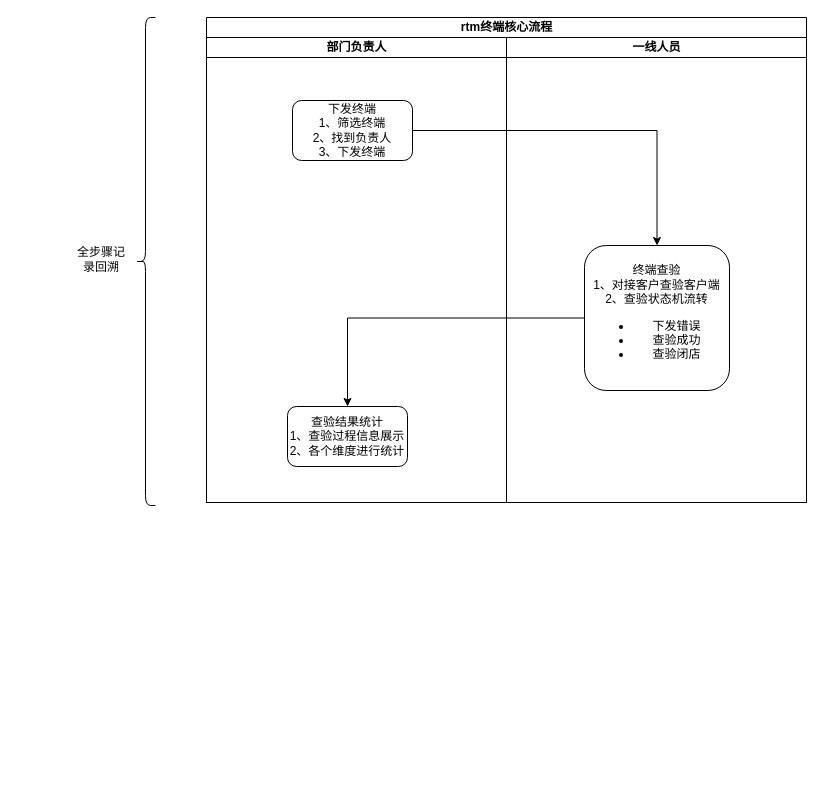
The draw.io diagram 测试.drawio in MRDJDU/draw, before the edit. Source tidied: cells renumbered, new cells numbered last; positions are measured from the earlier drawing's top-left corner, leaving out a move shared by most shapes. Both pictures are drawn from the tidied source at 100%, with x=0, y=0 at pixel (71, 17).
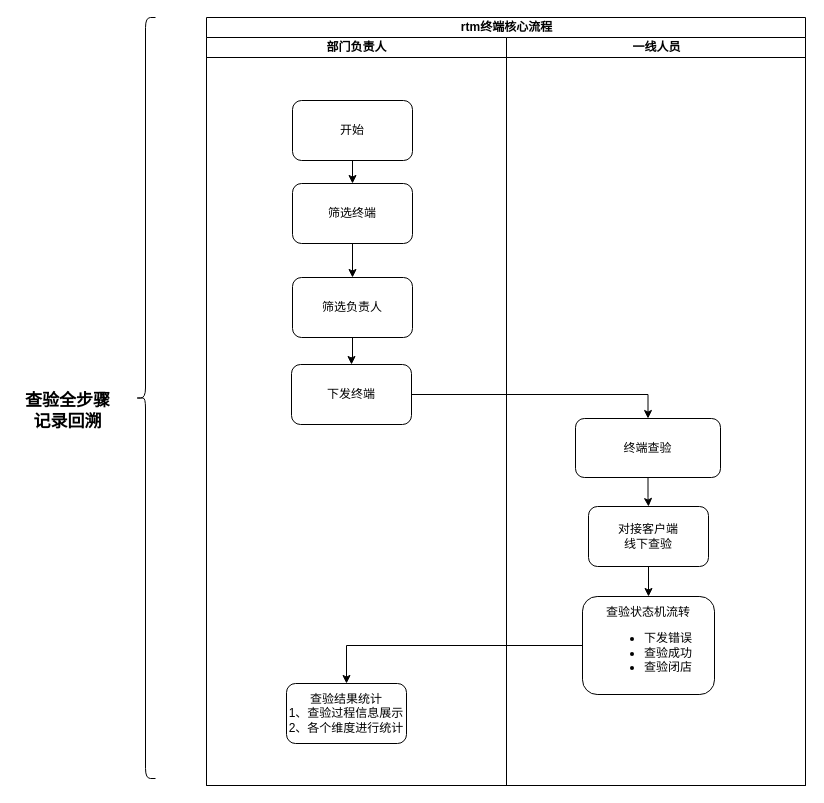
The same page after the edit.

Diff of the diagram source:
```diff
@@
     <mxCell id="2" value="rtm终端核心流程" style="swimlane;startSize=20;html=1;" parent="1" vertex="1">
-      <mxGeometry x="135" width="600" height="485" as="geometry" />
+      <mxGeometry x="135" width="599" height="768" as="geometry" />
     </mxCell>
     <mxCell id="3" value="部门负责人" style="swimlane;startSize=20;html=1;" parent="2" vertex="1">
-      <mxGeometry y="20" width="300" height="465" as="geometry" />
+      <mxGeometry y="20" width="300" height="748" as="geometry" />
     </mxCell>
+    <mxCell id="12" style="edgeStyle=orthogonalEdgeStyle;rounded=0;jettySize=auto;html=1;" parent="3" edge="1" source="4" target="14">
+      <mxGeometry relative="1" as="geometry" />
+    </mxCell>
-    <mxCell id="4" value="下发终端&lt;div&gt;1、筛选终端&lt;/div&gt;&lt;div&gt;2、找到负责人&lt;/div&gt;&lt;div&gt;3、下发终端&lt;/div&gt;" style="rounded=1;whiteSpace=wrap;html=1;points=[[0,0,0,0,0],[0,0.25,0,0,0],[0,0.5,0,0,0],[0,0.75,0,0,0],[0,1,0,0,0],[0.25,0,0,0,0],[0.25,1,0,0,0],[0.5,0,0,0,0],[0.5,1,0,0,0],[0.75,0,0,0,0],[0.75,1,0,0,0],[1,0,0,0,0],[1,0.25,0,0,0],[1,0.5,0,0,0],[1,0.75,0,0,0],[1,1,0,0,0]];" parent="3" vertex="1">
+    <mxCell id="4" value="开始" style="rounded=1;whiteSpace=wrap;html=1;points=[[0,0,0,0,0],[0,0.25,0,0,0],[0,0.5,0,0,0],[0,0.75,0,0,0],[0,1,0,0,0],[0.25,0,0,0,0],[0.25,1,0,0,0],[0.5,0,0,0,0],[0.5,1,0,0,0],[0.75,0,0,0,0],[0.75,1,0,0,0],[1,0,0,0,0],[1,0.25,0,0,0],[1,0.5,0,0,0],[1,0.75,0,0,0],[1,1,0,0,0]];" parent="3" vertex="1">
       <mxGeometry x="86" y="63" width="120" height="60" as="geometry" />
     </mxCell>
     <mxCell id="5" value="查验结果统计&lt;div&gt;1、查验过程信息展示&lt;/div&gt;&lt;div&gt;2、各个维度进行统计&lt;/div&gt;" style="rounded=1;whiteSpace=wrap;html=1;" parent="3" vertex="1">
-      <mxGeometry x="81" y="369" width="120" height="60" as="geometry" />
+      <mxGeometry x="80" y="646" width="120" height="60" as="geometry" />
     </mxCell>
+    <mxCell id="13" style="edgeStyle=orthogonalEdgeStyle;rounded=0;jettySize=auto;html=1;" parent="3" edge="1" source="14" target="16">
+      <mxGeometry relative="1" as="geometry" />
+    </mxCell>
+    <mxCell id="14" value="筛选终端" style="whiteSpace=wrap;html=1;rounded=1;" parent="3" vertex="1">
+      <mxGeometry x="86" y="146" width="120" height="60" as="geometry" />
+    </mxCell>
+    <mxCell id="15" style="edgeStyle=orthogonalEdgeStyle;rounded=0;jettySize=auto;html=1;" parent="3" edge="1" source="16" target="17">
+      <mxGeometry relative="1" as="geometry" />
+    </mxCell>
+    <mxCell id="16" value="筛选负责人" style="whiteSpace=wrap;html=1;rounded=1;" parent="3" vertex="1">
+      <mxGeometry x="86" y="240" width="120" height="60" as="geometry" />
+    </mxCell>
+    <mxCell id="17" value="下发终端" style="whiteSpace=wrap;html=1;rounded=1;" parent="3" vertex="1">
+      <mxGeometry x="85" y="327" width="120" height="60" as="geometry" />
+    </mxCell>
+    <mxCell id="18" style="edgeStyle=orthogonalEdgeStyle;rounded=0;jettySize=auto;html=1;entryX=0.5;entryY=0;entryDx=0;entryDy=0;" parent="2" edge="1" source="17" target="7">
+      <mxGeometry relative="1" as="geometry" />
+    </mxCell>
     <mxCell id="6" value="一线人员" style="swimlane;startSize=20;html=1;" parent="2" vertex="1">
-      <mxGeometry x="300" y="20" width="300" height="465" as="geometry" />
+      <mxGeometry x="300" y="20" width="299" height="748" as="geometry" />
     </mxCell>
+    <mxCell id="19" style="edgeStyle=orthogonalEdgeStyle;rounded=0;jettySize=auto;html=1;" parent="6" edge="1" source="7" target="21">
+      <mxGeometry relative="1" as="geometry" />
+    </mxCell>
-    <mxCell id="7" value="终端查验&lt;div&gt;1、对接客户查验客户端&lt;/div&gt;&lt;div&gt;2、查验状态机流转&lt;/div&gt;&lt;div&gt;&lt;ul&gt;&lt;li&gt;下发错误&lt;/li&gt;&lt;li&gt;查验成功&lt;/li&gt;&lt;li&gt;查验闭店&lt;/li&gt;&lt;/ul&gt;&lt;/div&gt;" style="rounded=1;whiteSpace=wrap;html=1;" parent="6" vertex="1">
-      <mxGeometry x="78" y="208" width="145" height="145" as="geometry" />
+    <mxCell id="7" value="终端查验" style="rounded=1;whiteSpace=wrap;html=1;" parent="6" vertex="1">
+      <mxGeometry x="69" y="381" width="145" height="59" as="geometry" />
     </mxCell>
-    <mxCell id="8" style="edgeStyle=orthogonalEdgeStyle;rounded=0;jettySize=auto;html=1;" parent="2" edge="1" source="4" target="7">
-      <mxGeometry relative="1" as="geometry" />
-    </mxCell>
-    <mxCell id="9" style="edgeStyle=orthogonalEdgeStyle;rounded=0;jettySize=auto;html=1;" parent="2" edge="1" source="7" target="5">
-      <mxGeometry relative="1" as="geometry" />
-    </mxCell>
+    <mxCell id="20" style="edgeStyle=orthogonalEdgeStyle;rounded=0;jettySize=auto;html=1;" parent="6" edge="1" source="21" target="22">
+      <mxGeometry relative="1" as="geometry" />
+    </mxCell>
+    <mxCell id="21" value="对接客户端&lt;div&gt;线下查验&lt;/div&gt;" style="whiteSpace=wrap;html=1;rounded=1;" parent="6" vertex="1">
+      <mxGeometry x="82" y="469" width="120" height="60" as="geometry" />
+    </mxCell>
+    <mxCell id="22" value="查验状态机流转&lt;div&gt;&lt;ul&gt;&lt;li&gt;下发错误&lt;/li&gt;&lt;li&gt;查验成功&lt;/li&gt;&lt;li&gt;查验闭店&lt;/li&gt;&lt;/ul&gt;&lt;/div&gt;" style="whiteSpace=wrap;html=1;rounded=1;" parent="6" vertex="1">
+      <mxGeometry x="76" y="559" width="132" height="98" as="geometry" />
+    </mxCell>
+    <mxCell id="23" style="edgeStyle=orthogonalEdgeStyle;rounded=0;jettySize=auto;html=1;exitX=0;exitY=0.5;exitDx=0;exitDy=0;entryX=0.5;entryY=0;entryDx=0;entryDy=0;" parent="2" edge="1" source="22" target="5">
+      <mxGeometry relative="1" as="geometry" />
+    </mxCell>
     <mxCell id="10" style="shape=curlyBracket;whiteSpace=wrap;html=1;rounded=1;labelPosition=left;verticalLabelPosition=middle;align=right;verticalAlign=middle;" parent="1" vertex="1">
-      <mxGeometry x="64" width="20" height="488" as="geometry" />
+      <mxGeometry x="64" width="20" height="761" as="geometry" />
     </mxCell>
-    <mxCell id="11" value="全步骤记录回溯" style="text;html=1;align=center;verticalAlign=middle;whiteSpace=wrap;rounded=0;" parent="1" vertex="1">
-      <mxGeometry y="227" width="60" height="30" as="geometry" />
+    <mxCell id="11" value="&lt;b&gt;&lt;font style=&quot;font-size: 17px;&quot;&gt;查验全步骤记录回溯&lt;/font&gt;&lt;/b&gt;" style="text;html=1;align=center;verticalAlign=middle;whiteSpace=wrap;rounded=0;" parent="1" vertex="1">
+      <mxGeometry x="-54" y="366" width="101" height="56" as="geometry" />
     </mxCell>
```
